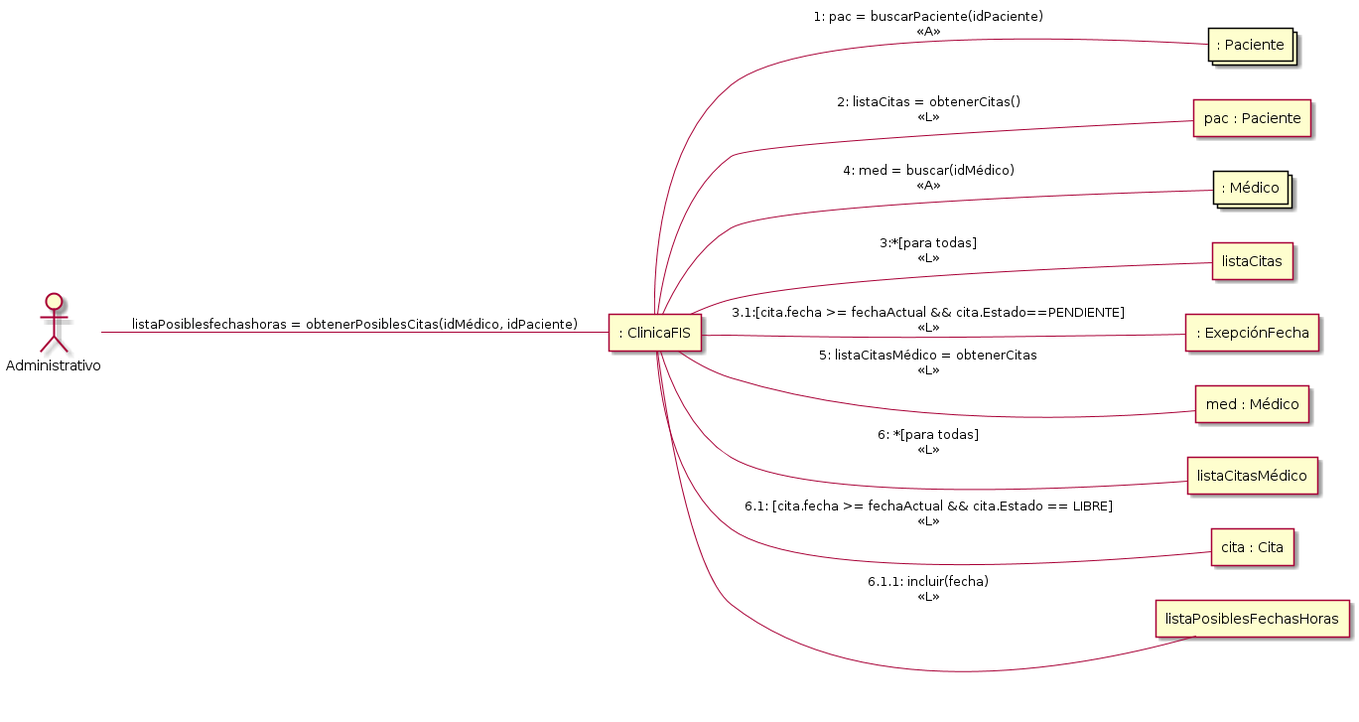
Earlier version of the PlantUML export p4/Diagramas/obtenerposiblescitas.png (jmml97/fis-practicas).
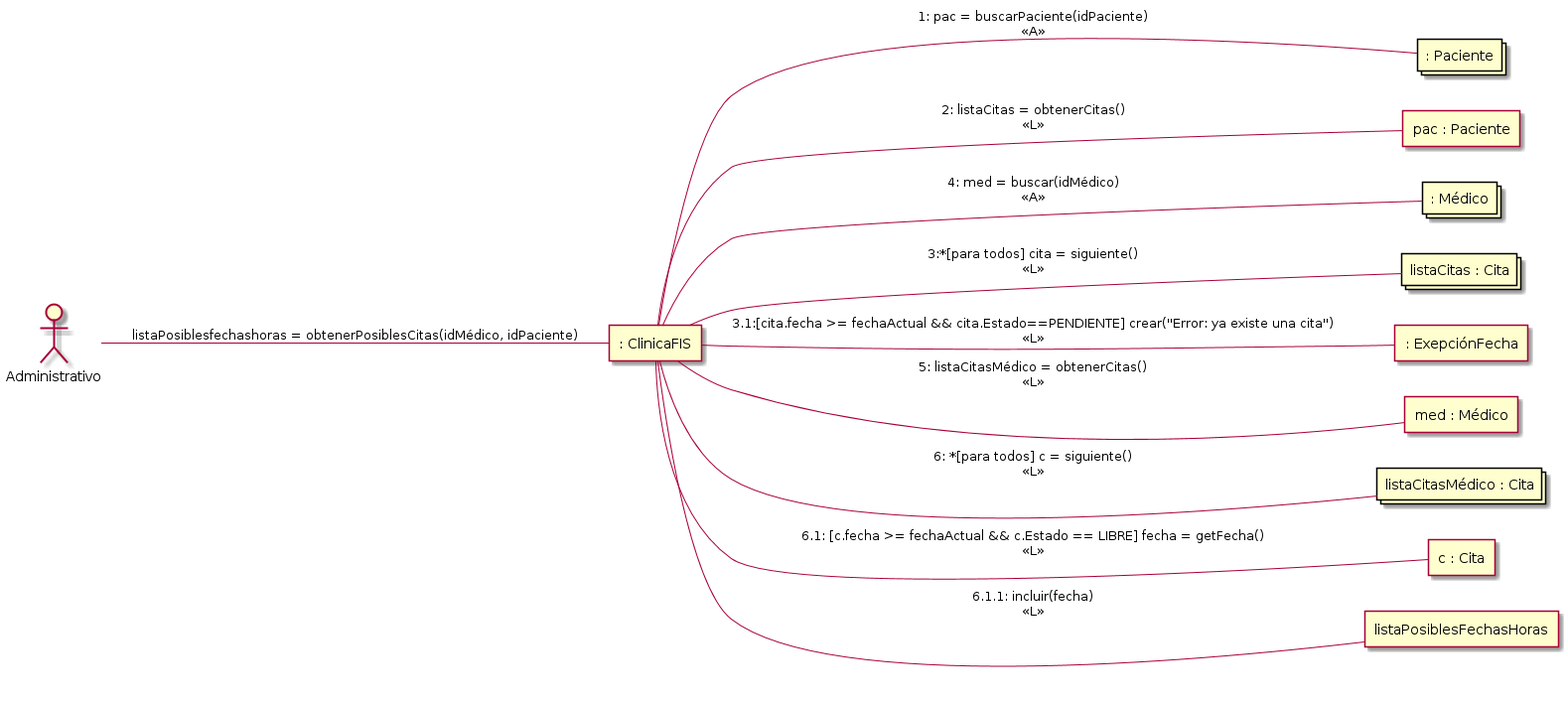
The same file after the commit.

The edit, as a diff of the source:
```diff
@@ -7,21 +7,21 @@
 collections ": Paciente" as p
 agent "pac : Paciente" as pac
 collections ": Médico" as m
-agent listaCitas
+collections "listaCitas : Cita" as listaCitas
 agent ": ExepciónFecha" as exp
 agent "med : Médico" as med
-agent "listaCitasMédico" as l
-agent "cita : Cita" as c
+collections "listaCitasMédico : Cita" as l
+agent "c : Cita" as c
 agent listaPosiblesFechasHoras
 
 Administrativo -- FIS : "listaPosiblesfechashoras = obtenerPosiblesCitas(idMédico, idPaciente)"
 FIS -- p : "1: pac = buscarPaciente(idPaciente)\n<<A>>"
 FIS -- pac : "2: listaCitas = obtenerCitas()\n<<L>>"
-FIS -- listaCitas : "3:*[para todas]\n<<L>>"
-FIS -- exp : "3.1:[cita.fecha >= fechaActual && cita.Estado==PENDIENTE]\n<<L>>"
+FIS -- listaCitas : "3:*[para todos] cita = siguiente()\n<<L>>"
+FIS -- exp : "3.1:[cita.fecha >= fechaActual && cita.Estado==PENDIENTE] crear(''Error: ya existe una cita'')\n<<L>>"
 FIS -- m : "4: med = buscar(idMédico)\n<<A>>"
-FIS -- med : "5: listaCitasMédico = obtenerCitas\n<<L>>"
-FIS -- l : "6: *[para todas]\n<<L>>"
-FIS -- c : "6.1: [cita.fecha >= fechaActual && cita.Estado == LIBRE]\n<<L>>"
+FIS -- med : "5: listaCitasMédico = obtenerCitas()\n<<L>>"
+FIS -- l : "6: *[para todos] c = siguiente()\n<<L>>"
+FIS -- c : "6.1: [c.fecha >= fechaActual && c.Estado == LIBRE] fecha = getFecha()\n<<L>>"
 FIS -- listaPosiblesFechasHoras : "6.1.1: incluir(fecha)\n<<L>>"
 @enduml
```
